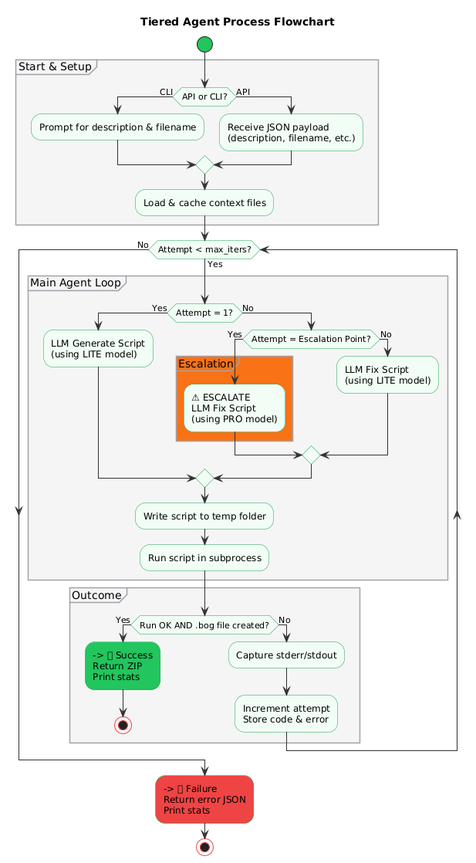
The PlantUML diagram snips/bogMaker4plantUMLActivity.png in bbartling/pybog, before a commit. Its diagram source:
```plantuml
@startuml
title Tiered Agent Process Flowchart

skinparam activity {
StartColor #22c55e
StopColor #ef4444
BorderColor #16a34a
BackgroundColor #f0fdf4
ArrowColor #333
}
skinparam partition {
BorderColor #a1a1aa
BackgroundColor #f4f4f5
}

start

partition "Start & Setup" {
if (API or CLI?) then (CLI)
:Prompt for description & filename;
else (API)
:Receive JSON payload
(description, filename, etc.);
endif
:Load & cache context files;
}

while (Attempt < max_iters?) is (Yes)
partition "Main Agent Loop" {
if (Attempt = 1?) then (Yes)
:LLM Generate Script
(using LITE model);
else (No)
if (Attempt = Escalation Point?) then (Yes)
partition "Escalation" #f97316 {
:⚠️ ESCALATE
LLM Fix Script
(using PRO model);
}
else (No)
:LLM Fix Script
(using LITE model);
endif
endif
:Write script to temp folder;
:Run script in subprocess;
}

partition "Outcome" {
    if (Run OK AND .bog file created?) then (Yes)
        #22c55e:-> 🏆 Success
        Return ZIP
        Print stats;
        stop
    else (No)
        :Capture stderr/stdout;
        :Increment attempt
        Store code & error;
    endif
}

endwhile (No)

#ef4444:-> ❌ Failure
Return error JSON
Print stats;
stop
@enduml
```
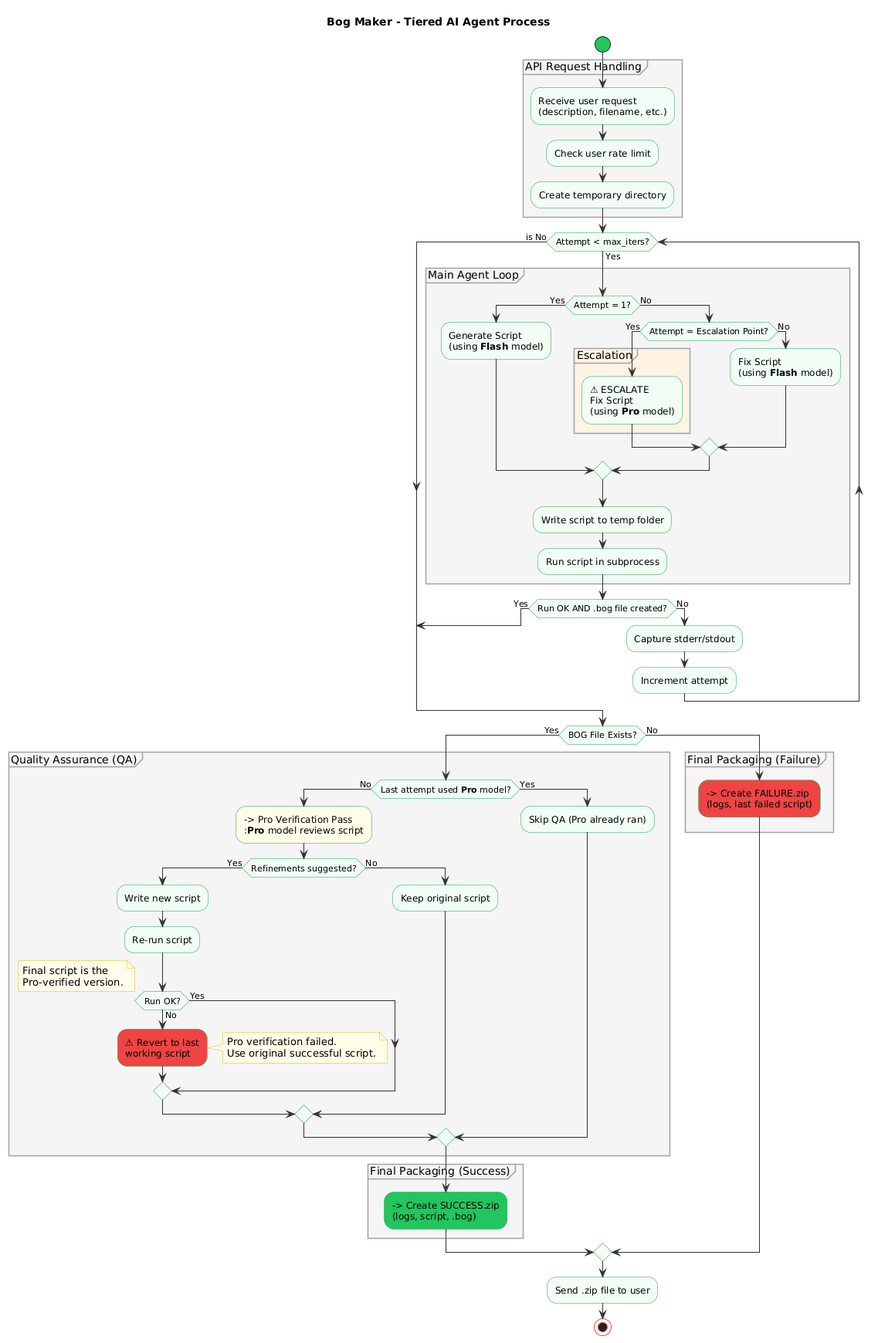
Later version of the same file.

Commit message:
updated plant uml

What changed in the source:
```diff
@@ -1,5 +1,5 @@
 @startuml
-title Tiered Agent Process Flowchart
+title Bog Maker - Tiered AI Agent Process
 
 skinparam activity {
 StartColor #22c55e
@@ -12,57 +12,90 @@
 BorderColor #a1a1aa
 BackgroundColor #f4f4f5
 }
+skinparam note {
+BackgroundColor #feFce8
+BorderColor #eab308
+}
 
 start
 
-partition "Start & Setup" {
-if (API or CLI?) then (CLI)
-:Prompt for description & filename;
-else (API)
-:Receive JSON payload
+partition "API Request Handling" {
+:Receive user request
 (description, filename, etc.);
-endif
-:Load & cache context files;
+:Check user rate limit;
+:Create temporary directory;
 }
 
 while (Attempt < max_iters?) is (Yes)
 partition "Main Agent Loop" {
 if (Attempt = 1?) then (Yes)
-:LLM Generate Script
-(using LITE model);
+:Generate Script
+(using <b>Flash</b> model);
 else (No)
 if (Attempt = Escalation Point?) then (Yes)
-partition "Escalation" #f97316 {
+partition "Escalation" #fef2e2 {
 :⚠️ ESCALATE
-LLM Fix Script
-(using PRO model);
+Fix Script
+(using <b>Pro</b> model);
 }
 else (No)
-:LLM Fix Script
-(using LITE model);
+:Fix Script
+(using <b>Flash</b> model);
 endif
 endif
 :Write script to temp folder;
 :Run script in subprocess;
 }
 
-partition "Outcome" {
-    if (Run OK AND .bog file created?) then (Yes)
-        #22c55e:-> 🏆 Success
-        Return ZIP
-        Print stats;
-        stop
-    else (No)
-        :Capture stderr/stdout;
-        :Increment attempt
-        Store code & error;
-    endif
+if (Run OK AND .bog file created?) then (Yes)
+    break
+else (No)
+    :Capture stderr/stdout;
+    :Increment attempt;
+endif
+
+endwhile (is No)
+
+if (BOG File Exists?) then (Yes)
+partition "Quality Assurance (QA)" {
+if (Last attempt used <b>Pro</b> model?) then (No)
+#fefce8:-> Pro Verification Pass
+:<b>Pro</b> model reviews script;
+if (Refinements suggested?) then (Yes)
+:Write new script;
+:Re-run script;
+if (Run OK?) then (Yes)
+note right
+Final script is the
+Pro-verified version.
+end note
+else (No)
+#ef4444:⚠️ Revert to last
+working script;
+note right
+Pro verification failed.
+Use original successful script.
+end note
+endif
+else (No)
+:Keep original script;
+endif
+else (Yes)
+:Skip QA (Pro already ran);
+endif
 }
+partition "Final Packaging (Success)" {
+#22c55e:-> Create SUCCESS.zip
+(logs, script, .bog);
+}
+else (No)
+partition "Final Packaging (Failure)" {
+#ef4444:-> Create FAILURE.zip
+(logs, last failed script);
+}
+endif
 
-endwhile (No)
+:Send .zip file to user;
 
-#ef4444:-> ❌ Failure
-Return error JSON
-Print stats;
 stop
 @enduml
```
